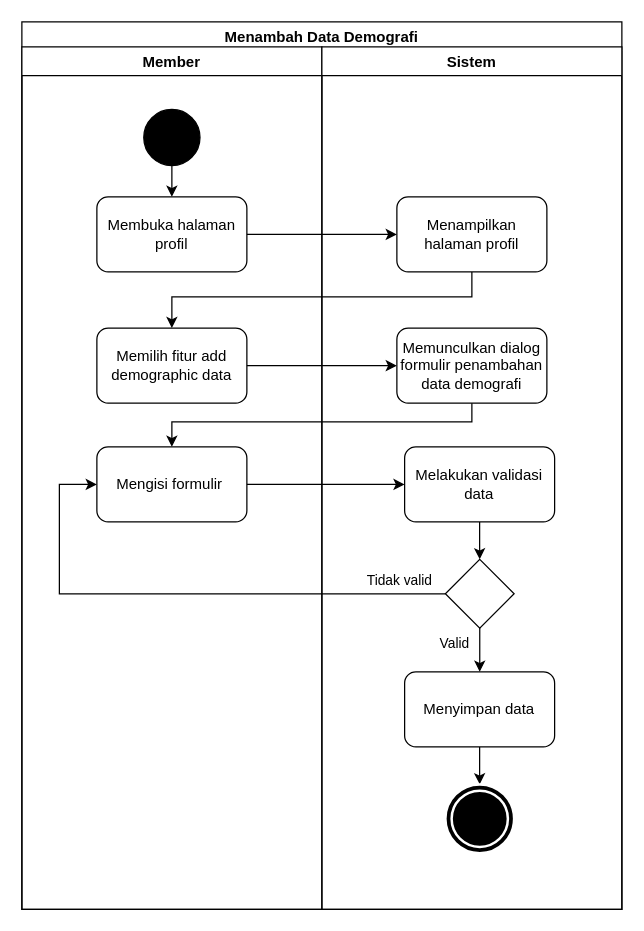
techie-jhs/thesis keeps this draw.io diagram as Diagram/Activity Diagram/9. menambah data demografi.drawio. Above is the earlier version. Source tidied: cells renumbered, new cells numbered last; positions are measured from the earlier drawing's top-left corner, leaving out a move shared by most shapes. Both pictures are drawn from the tidied source at 125%, with x=0, y=0 at pixel (21, 21).
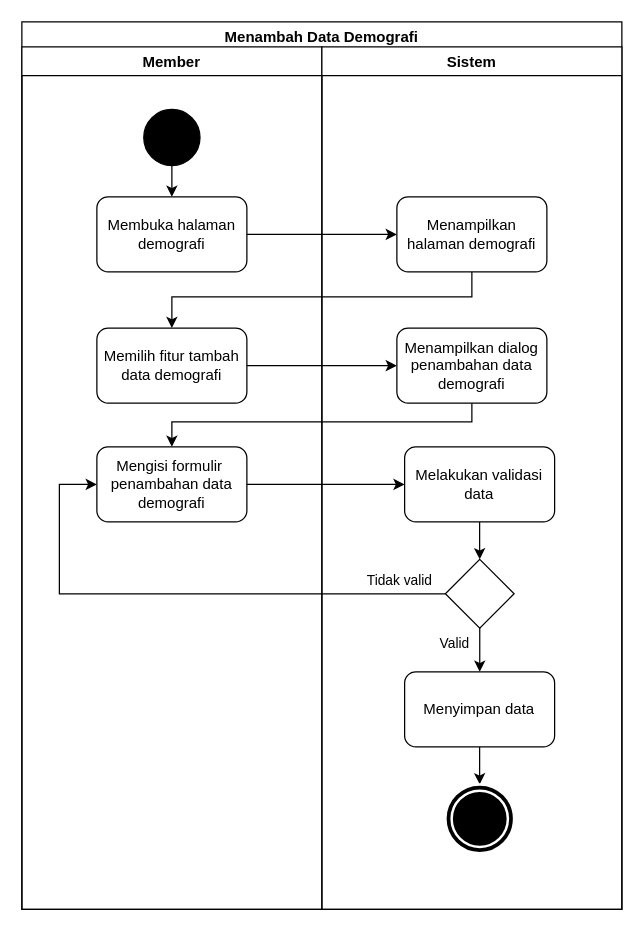
The same diagram, later.

Unchanged cells that the change refers to:
```xml
<mxCell id="3" value="Member" style="swimlane;" parent="2" vertex="1">
  <mxGeometry y="20" width="240" height="690" as="geometry" />
</mxCell>
<mxCell id="8" value="Sistem" style="swimlane;" parent="2" vertex="1">
  <mxGeometry x="240" y="20" width="240" height="690" as="geometry" />
</mxCell>
```

Change to the diagram source:
```diff
@@
-    <mxCell id="6" value="Membuka halaman profil" style="rounded=1;whiteSpace=wrap;html=1;fillColor=none;" parent="3" vertex="1">
+    <mxCell id="6" value="Membuka halaman demografi" style="rounded=1;whiteSpace=wrap;html=1;fillColor=none;" parent="3" vertex="1">
       <mxGeometry x="60" y="120" width="120" height="60" as="geometry" />
     </mxCell>
-    <mxCell id="7" value="Memilih fitur add demographic data" style="rounded=1;whiteSpace=wrap;html=1;fillColor=none;" parent="3" vertex="1">
+    <mxCell id="7" value="Memilih fitur tambah data demografi" style="rounded=1;whiteSpace=wrap;html=1;fillColor=none;" parent="3" vertex="1">
       <mxGeometry x="60" y="225" width="120" height="60" as="geometry" />
     </mxCell>
@@
-    <mxCell id="9" value="Menampilkan halaman profil" style="rounded=1;whiteSpace=wrap;html=1;fillColor=none;" parent="8" vertex="1">
+    <mxCell id="9" value="Menampilkan halaman demografi" style="rounded=1;whiteSpace=wrap;html=1;fillColor=none;" parent="8" vertex="1">
       <mxGeometry x="60" y="120" width="120" height="60" as="geometry" />
     </mxCell>
@@
-    <mxCell id="11" value="Memunculkan dialog formulir penambahan data demografi" style="rounded=1;whiteSpace=wrap;html=1;fillColor=none;" parent="8" vertex="1">
+    <mxCell id="11" value="Menampilkan dialog penambahan data demografi" style="rounded=1;whiteSpace=wrap;html=1;fillColor=none;" parent="8" vertex="1">
       <mxGeometry x="60" y="225" width="120" height="60" as="geometry" />
     </mxCell>
@@
-    <mxCell id="13" value="&lt;span&gt;Mengisi formulir&amp;nbsp;&lt;/span&gt;" style="rounded=1;whiteSpace=wrap;html=1;fillColor=none;" parent="8" vertex="1">
+    <mxCell id="13" value="&lt;span&gt;Mengisi formulir&amp;nbsp; penambahan data demografi&lt;/span&gt;" style="rounded=1;whiteSpace=wrap;html=1;fillColor=none;" parent="8" vertex="1">
       <mxGeometry x="-180" y="320" width="120" height="60" as="geometry" />
     </mxCell>
```
